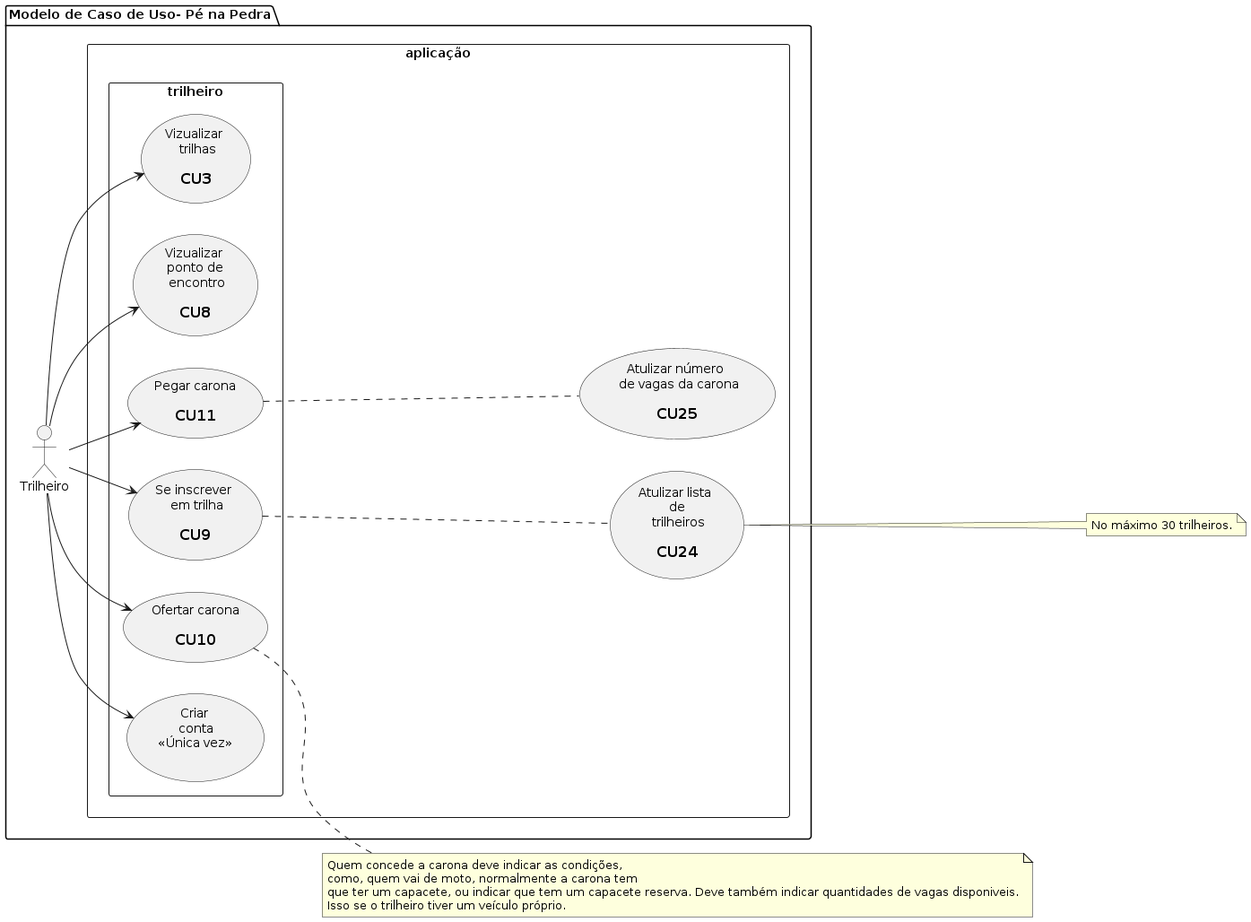
Before: docs/diagrams/out/usecases_diagrams/pe_na_pedra_usecase_6.png, a diagram exported from PlantUML (tiagors09/pe_na_pedra). The source it was exported from:
```plantuml
@startuml pe_na_pedra_usecase_6
  left to right direction

  package "Modelo de Caso de Uso- Pé na Pedra" {
    :Trilheiro: as tr

    rectangle aplicação {
      usecase uc24 as "Atulizar lista \n de \n trilheiros\n
        == CU24"

      usecase uc25 as "Atulizar número \n de vagas da carona\n
        == CU25"

      rectangle trilheiro {
        usecase uc3 as "Vizualizar \n trilhas\n
          == CU3"
        usecase uc8 as "Vizualizar \n ponto de \n encontro\n
          == CU8"
        usecase uc9 as "Se inscrever \n em trilha\n
          == CU9"
        usecase uc10 as "Ofertar carona\n
          == CU10"
        usecase uc11 as "Pegar carona\n
          == CU11"
        usecase uc31 as "Criar \n conta \n <<Única vez>> \n"
      }
    }
  }

  note right of uc10
    Quem concede a carona deve indicar as condições,
    como, quem vai de moto, normalmente a carona tem
    que ter um capacete, ou indicar que tem um capacete reserva. Deve também indicar quantidades de vagas disponiveis.
    Isso se o trilheiro tiver um veículo próprio.
  end note

  note right of uc24
      No máximo 30 trilheiros.
    end note

  uc9 .. uc24
  uc11 .. uc25

  tr --> uc3
  tr --> uc8
  tr --> uc9
  tr --> uc10
  tr --> uc11
  tr --> uc31
@enduml
```
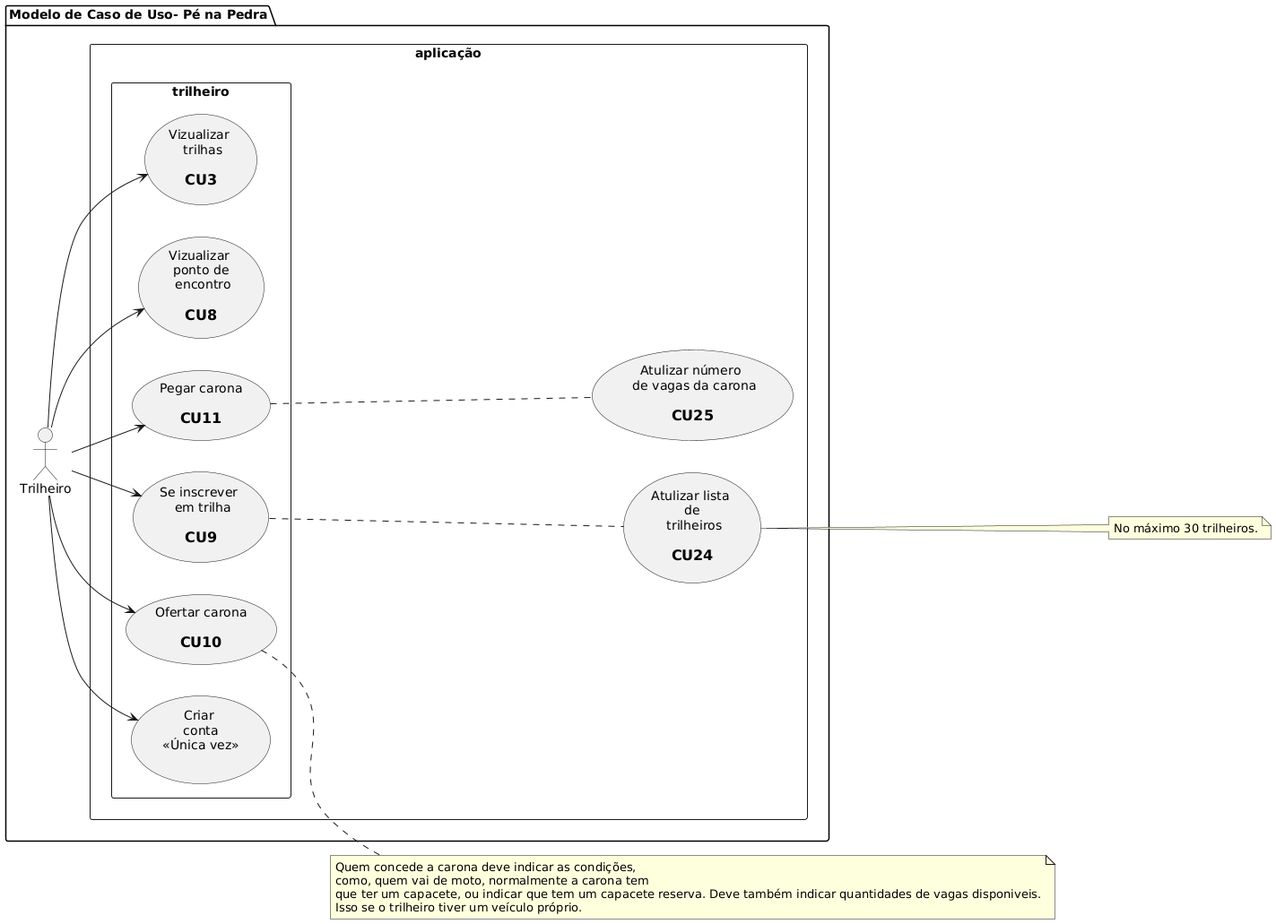
After the change.

Diff of the diagram source:
```diff
@@ -1,5 +1,5 @@
-@startuml pe_na_pedra_usecase_6
-  left to right direction
+@startuml
+left to right direction
 
   package "Modelo de Caso de Uso- Pé na Pedra" {
     :Trilheiro: as tr
```
